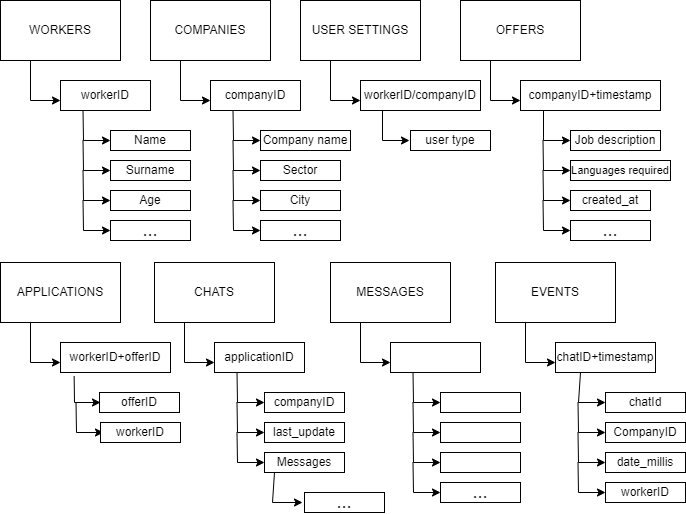
Above: Design/Realtime DB Structure.drawio.png in Edoar-do/Jober-Android-App (draw.io), before the change. Source tidied: cells renumbered, new cells last; positions are measured from the earlier drawing's top-left corner, leaving out a move shared by most shapes.
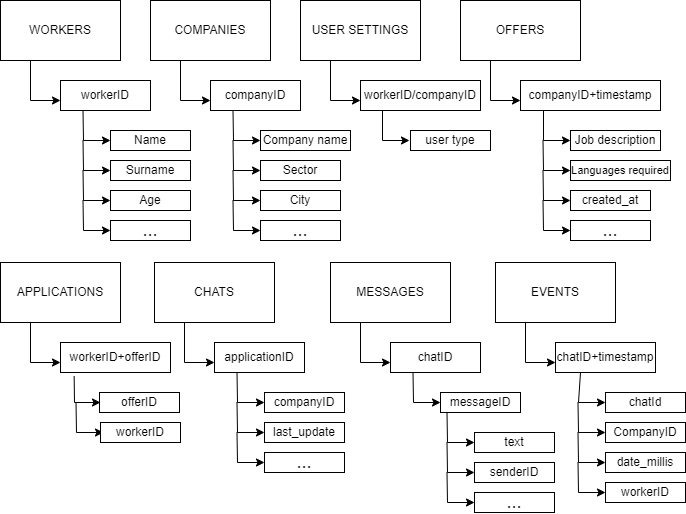
Above is the later version.

What changed in the source:
```diff
@@ -286,29 +286,6 @@
     <mxCell id="53" value="last_update" style="rounded=0;whiteSpace=wrap;html=1;" parent="1" vertex="1">
       <mxGeometry x="264" y="422" width="80" height="20" as="geometry" />
     </mxCell>
-    <mxCell id="54" style="endArrow=classic;html=1;rounded=0;exitX=0.25;exitY=1;exitDx=0;exitDy=0;" parent="1" edge="1">
-      <mxGeometry relative="1" as="geometry">
-        <mxPoint x="236.5" y="432" as="sourcePoint" />
-        <mxPoint x="264" y="462" as="targetPoint" />
-        <Array as="points">
-          <mxPoint x="237" y="462" />
-        </Array>
-      </mxGeometry>
-    </mxCell>
-    <mxCell id="55" value="Messages" style="rounded=0;whiteSpace=wrap;html=1;" parent="1" vertex="1">
-      <mxGeometry x="264" y="452" width="80" height="20" as="geometry" />
-    </mxCell>
-    <mxCell id="56" style="endArrow=classic;html=1;rounded=0;exitX=0.125;exitY=1;exitDx=0;exitDy=0;exitPerimeter=0;" parent="1" edge="1" source="55">
-      <mxGeometry relative="1" as="geometry">
-        <mxPoint x="302" y="502" as="targetPoint" />
-        <Array as="points">
-          <mxPoint x="272" y="502" />
-        </Array>
-      </mxGeometry>
-    </mxCell>
-    <mxCell id="57" value="&lt;font style=&quot;font-size: 18px;&quot;&gt;...&lt;/font&gt;" style="rounded=0;whiteSpace=wrap;html=1;" parent="1" vertex="1">
-      <mxGeometry x="304" y="492" width="80" height="20" as="geometry" />
-    </mxCell>
     <mxCell id="58" value="EVENTS" style="whiteSpace=wrap;html=1;" parent="1" vertex="1">
       <mxGeometry x="495" y="262" width="120" height="60" as="geometry" />
     </mxCell>
@@ -381,7 +358,7 @@
         </Array>
       </mxGeometry>
     </mxCell>
-    <mxCell id="71" style="rounded=0;whiteSpace=wrap;html=1;" parent="1" vertex="1">
+    <mxCell id="71" value="chatID" style="rounded=0;whiteSpace=wrap;html=1;" parent="1" vertex="1">
       <mxGeometry x="390" y="342" width="90" height="30" as="geometry" />
     </mxCell>
     <mxCell id="72" style="endArrow=classic;html=1;rounded=0;exitX=0.25;exitY=1;exitDx=0;exitDy=0;" parent="1" edge="1" source="71">
@@ -392,44 +369,56 @@
         </Array>
       </mxGeometry>
     </mxCell>
-    <mxCell id="73" style="rounded=0;whiteSpace=wrap;html=1;" parent="1" vertex="1">
+    <mxCell id="73" value="messageID" style="rounded=0;whiteSpace=wrap;html=1;" parent="1" vertex="1">
       <mxGeometry x="440" y="392" width="80" height="20" as="geometry" />
     </mxCell>
     <mxCell id="74" style="endArrow=classic;html=1;rounded=0;exitX=0.25;exitY=1;exitDx=0;exitDy=0;" parent="1" edge="1">
       <mxGeometry relative="1" as="geometry">
-        <mxPoint x="412.5" y="402" as="sourcePoint" />
-        <mxPoint x="440" y="432" as="targetPoint" />
+        <mxPoint x="446.5" y="412" as="sourcePoint" />
+        <mxPoint x="474" y="442" as="targetPoint" />
         <Array as="points">
-          <mxPoint x="413" y="432" />
+          <mxPoint x="447" y="442" />
         </Array>
       </mxGeometry>
     </mxCell>
-    <mxCell id="75" style="rounded=0;whiteSpace=wrap;html=1;" parent="1" vertex="1">
-      <mxGeometry x="440" y="422" width="80" height="20" as="geometry" />
+    <mxCell id="75" value="text" style="rounded=0;whiteSpace=wrap;html=1;" parent="1" vertex="1">
+      <mxGeometry x="474" y="432" width="80" height="20" as="geometry" />
     </mxCell>
     <mxCell id="76" style="endArrow=classic;html=1;rounded=0;exitX=0.25;exitY=1;exitDx=0;exitDy=0;" parent="1" edge="1">
       <mxGeometry relative="1" as="geometry">
-        <mxPoint x="412.5" y="432" as="sourcePoint" />
-        <mxPoint x="440" y="462" as="targetPoint" />
+        <mxPoint x="446.5" y="442" as="sourcePoint" />
+        <mxPoint x="474" y="472" as="targetPoint" />
         <Array as="points">
-          <mxPoint x="413" y="462" />
+          <mxPoint x="447" y="472" />
         </Array>
       </mxGeometry>
     </mxCell>
-    <mxCell id="77" style="rounded=0;whiteSpace=wrap;html=1;" parent="1" vertex="1">
-      <mxGeometry x="440" y="452" width="80" height="20" as="geometry" />
+    <mxCell id="77" value="senderID" style="rounded=0;whiteSpace=wrap;html=1;" parent="1" vertex="1">
+      <mxGeometry x="474" y="462" width="80" height="20" as="geometry" />
     </mxCell>
     <mxCell id="78" style="endArrow=classic;html=1;rounded=0;exitX=0.25;exitY=1;exitDx=0;exitDy=0;" parent="1" edge="1">
       <mxGeometry relative="1" as="geometry">
-        <mxPoint x="412.5" y="462" as="sourcePoint" />
-        <mxPoint x="440" y="492" as="targetPoint" />
+        <mxPoint x="446.5" y="472" as="sourcePoint" />
+        <mxPoint x="474" y="502" as="targetPoint" />
         <Array as="points">
-          <mxPoint x="413" y="492" />
+          <mxPoint x="447" y="502" />
         </Array>
       </mxGeometry>
     </mxCell>
     <mxCell id="79" value="&lt;font style=&quot;font-size: 18px;&quot;&gt;...&lt;/font&gt;" style="rounded=0;whiteSpace=wrap;html=1;" parent="1" vertex="1">
-      <mxGeometry x="440" y="482" width="80" height="20" as="geometry" />
+      <mxGeometry x="474" y="492" width="80" height="20" as="geometry" />
     </mxCell>
+    <mxCell id="80" style="endArrow=classic;html=1;rounded=0;exitX=0.25;exitY=1;exitDx=0;exitDy=0;" parent="1" edge="1">
+      <mxGeometry relative="1" as="geometry">
+        <mxPoint x="236.5" y="432" as="sourcePoint" />
+        <mxPoint x="264" y="462" as="targetPoint" />
+        <Array as="points">
+          <mxPoint x="237" y="462" />
+        </Array>
+      </mxGeometry>
+    </mxCell>
+    <mxCell id="57" value="&lt;font style=&quot;font-size: 18px;&quot;&gt;...&lt;/font&gt;" style="rounded=0;whiteSpace=wrap;html=1;" parent="1" vertex="1">
+      <mxGeometry x="264" y="452" width="80" height="20" as="geometry" />
+    </mxCell>
   </root>
 </mxGraphModel>
```
